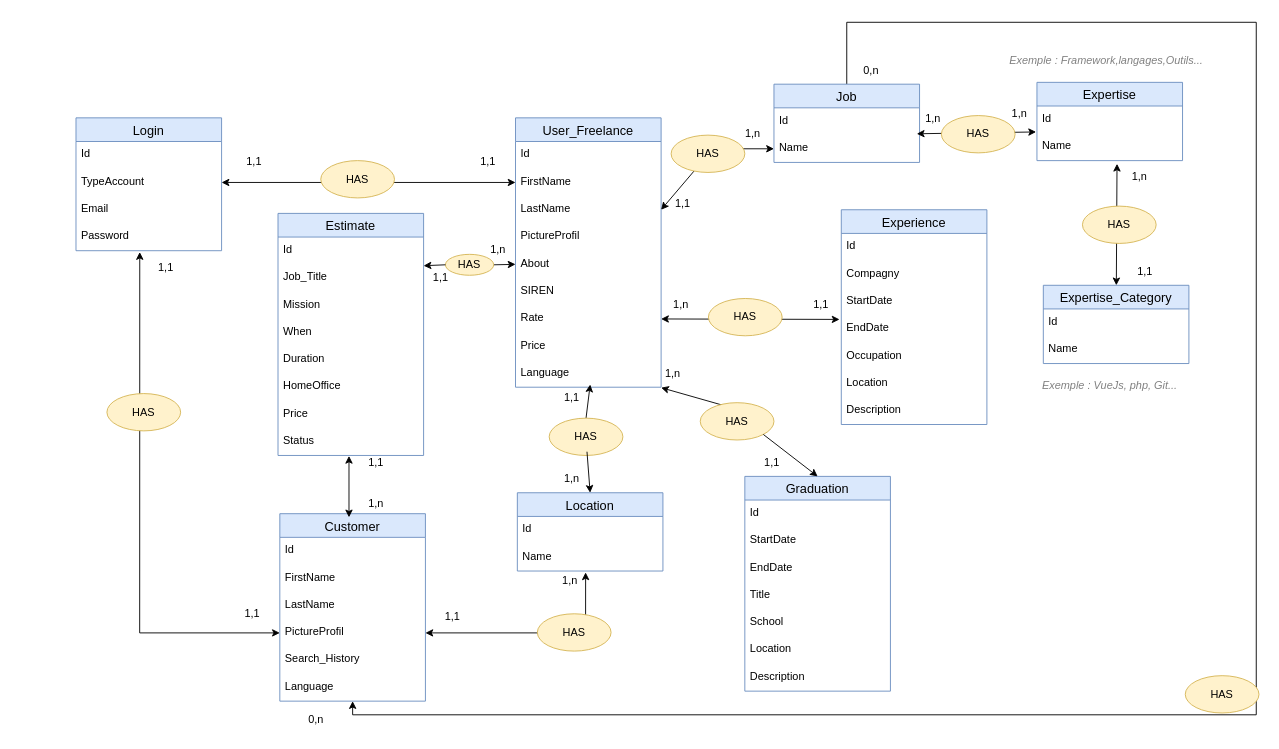
Before: page "MCD" (1 of 2) of Mcd_Mld.drawio in Nyaraa-2/take_off_bdd, a draw.io diagram. Source tidied: cells renumbered, new cells numbered last; positions are measured from the earlier drawing's top-left corner, leaving out a move shared by most shapes. Both pictures are drawn from the tidied source at 91%, with x=0, y=0 at pixel (76, 22).
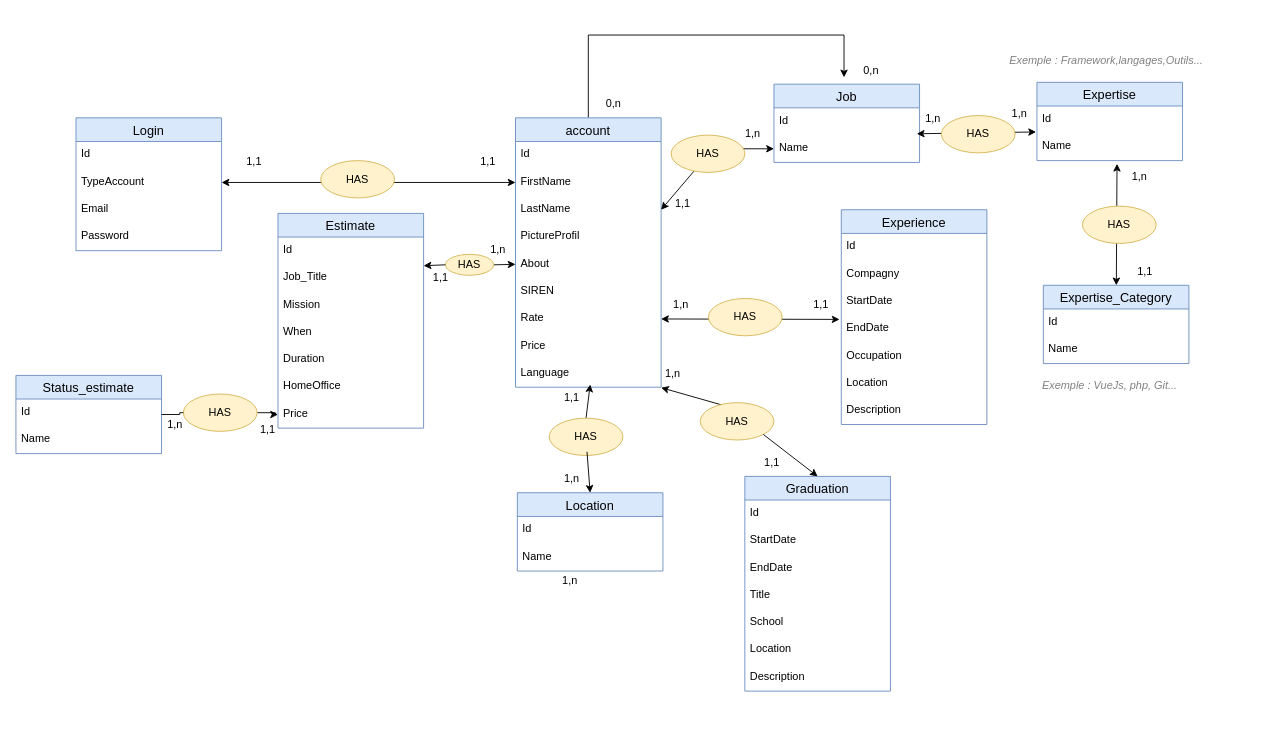
The same page after the edit.

Unchanged cells that the change refers to:
```xml
<mxCell id="4" value="Name" style="text;strokeColor=none;fillColor=none;spacingLeft=4;spacingRight=4;overflow=hidden;points=[[0,0.5],[1,0.5]];portConstraint=eastwest;fontSize=12;" parent="2" vertex="1">
  <mxGeometry y="56" width="160" height="30" as="geometry" />
</mxCell>
<mxCell id="6" value="Job" style="swimlane;fontStyle=0;horizontal=1;startSize=26;align=center;fontSize=14;fillColor=#dae8fc;strokeColor=#6c8ebf;" parent="1" vertex="1">
  <mxGeometry x="767" y="68" width="160" height="86" as="geometry" />
</mxCell>
<mxCell id="23" value="Password" style="text;strokeColor=none;fillColor=none;spacingLeft=4;spacingRight=4;overflow=hidden;points=[[0,0.5],[1,0.5]];portConstraint=eastwest;fontSize=12;" parent="19" vertex="1">
  <mxGeometry y="116" width="160" height="30" as="geometry" />
</mxCell>
<mxCell id="62" value="Price" style="text;strokeColor=none;fillColor=none;spacingLeft=4;spacingRight=4;overflow=hidden;points=[[0,0.5],[1,0.5]];portConstraint=eastwest;fontSize=12;" parent="55" vertex="1">
  <mxGeometry y="206" width="160" height="30" as="geometry" />
</mxCell>
```

The edit, as a diff of the source:
```diff
@@
-    <mxCell id="5" style="edgeStyle=orthogonalEdgeStyle;rounded=0;jettySize=auto;html=1;exitX=0.5;exitY=0;exitDx=0;exitDy=0;" parent="1" edge="1" source="6" target="38">
-      <mxGeometry relative="1" as="geometry">
-        <Array as="points">
-          <mxPoint x="847" />
-          <mxPoint x="1297" />
-          <mxPoint x="1297" y="761" />
-        </Array>
-      </mxGeometry>
-    </mxCell>
@@
+    <mxCell id="113" style="edgeStyle=orthogonalEdgeStyle;rounded=0;jettySize=auto;html=1;entryX=0;entryY=0.75;entryDx=0;entryDy=0;" parent="1" edge="1" source="9" target="112">
+      <mxGeometry relative="1" as="geometry">
+        <Array as="points">
+          <mxPoint x="563" y="14" />
+          <mxPoint x="844" y="14" />
+        </Array>
+      </mxGeometry>
+    </mxCell>
-    <mxCell id="9" value="User_Freelance" style="swimlane;fontStyle=0;horizontal=1;startSize=26;align=center;fontSize=14;fillColor=#dae8fc;strokeColor=#6c8ebf;" parent="1" vertex="1">
+    <mxCell id="9" value="account" style="swimlane;fontStyle=0;horizontal=1;startSize=26;align=center;fontSize=14;fillColor=#dae8fc;strokeColor=#6c8ebf;" parent="1" vertex="1">
       <mxGeometry x="483" y="105" width="160" height="296" as="geometry" />
     </mxCell>
@@
-    <mxCell id="32" value="Customer" style="swimlane;fontStyle=0;horizontal=1;startSize=26;align=center;fontSize=14;fillColor=#dae8fc;strokeColor=#6c8ebf;" parent="1" vertex="1">
-      <mxGeometry x="224" y="540" width="160" height="206" as="geometry" />
-    </mxCell>
-    <mxCell id="33" value="Id" style="text;strokeColor=none;fillColor=none;spacingLeft=4;spacingRight=4;overflow=hidden;fontSize=12;" parent="32" vertex="1">
-      <mxGeometry y="26" width="160" height="30" as="geometry" />
-    </mxCell>
-    <mxCell id="34" value="FirstName" style="text;strokeColor=none;fillColor=none;spacingLeft=4;spacingRight=4;overflow=hidden;fontSize=12;" parent="32" vertex="1">
-      <mxGeometry y="56" width="160" height="30" as="geometry" />
-    </mxCell>
-    <mxCell id="35" value="LastName" style="text;strokeColor=none;fillColor=none;spacingLeft=4;spacingRight=4;overflow=hidden;fontSize=12;" parent="32" vertex="1">
-      <mxGeometry y="86" width="160" height="30" as="geometry" />
-    </mxCell>
-    <mxCell id="36" value="PictureProfil" style="text;strokeColor=none;fillColor=none;spacingLeft=4;spacingRight=4;overflow=hidden;points=[[0,0.5],[1,0.5]];portConstraint=eastwest;fontSize=12;" parent="32" vertex="1">
-      <mxGeometry y="116" width="160" height="30" as="geometry" />
-    </mxCell>
-    <mxCell id="37" value="Search_History" style="text;strokeColor=none;fillColor=none;spacingLeft=4;spacingRight=4;overflow=hidden;fontSize=12;" parent="32" vertex="1">
-      <mxGeometry y="146" width="160" height="30" as="geometry" />
-    </mxCell>
-    <mxCell id="38" value="Language" style="text;strokeColor=none;fillColor=none;spacingLeft=4;spacingRight=4;overflow=hidden;points=[[0,0.5],[1,0.5]];portConstraint=eastwest;fontSize=12;" parent="32" vertex="1">
-      <mxGeometry y="176" width="160" height="30" as="geometry" />
-    </mxCell>
@@
     <mxCell id="55" value="Estimate" style="swimlane;fontStyle=0;horizontal=1;startSize=26;align=center;fontSize=14;fillColor=#dae8fc;strokeColor=#6c8ebf;" parent="1" vertex="1">
-      <mxGeometry x="222" y="210" width="160" height="266" as="geometry" />
+      <mxGeometry x="222" y="210" width="160" height="236" as="geometry" />
     </mxCell>
@@
-    <mxCell id="63" value="Status" style="text;strokeColor=none;fillColor=none;spacingLeft=4;spacingRight=4;overflow=hidden;fontSize=12;" parent="55" vertex="1">
-      <mxGeometry y="236" width="160" height="30" as="geometry" />
-    </mxCell>
@@
-    <mxCell id="65" style="endArrow=classic;startArrow=classic;html=1;rounded=0;fontColor=#808080;entryX=0.438;entryY=1.05;entryDx=0;entryDy=0;entryPerimeter=0;exitX=0;exitY=0.5;exitDx=0;exitDy=0;" parent="1" edge="1" source="36" target="23">
-      <mxGeometry relative="1" as="geometry">
-        <Array as="points">
-          <mxPoint x="70" y="671" />
-        </Array>
-      </mxGeometry>
-    </mxCell>
@@
-    <mxCell id="71" style="endArrow=classic;startArrow=classic;html=1;rounded=0;fontColor=#808080;exitX=1;exitY=0.5;exitDx=0;exitDy=0;entryX=0.469;entryY=1.05;entryDx=0;entryDy=0;entryPerimeter=0;" parent="1" edge="1" source="36" target="4">
-      <mxGeometry relative="1" as="geometry">
-        <Array as="points">
-          <mxPoint x="560" y="671" />
-        </Array>
-      </mxGeometry>
-    </mxCell>
@@
-    <mxCell id="74" value="1,1" style="text;html=1;strokeColor=none;fillColor=none;align=center;verticalAlign=middle;whiteSpace=wrap;rounded=0;fontColor=#000000;" parent="1" vertex="1">
-      <mxGeometry x="164" y="635" width="60" height="30" as="geometry" />
-    </mxCell>
-    <mxCell id="75" value="1,1" style="text;html=1;strokeColor=none;fillColor=none;align=center;verticalAlign=middle;whiteSpace=wrap;rounded=0;fontColor=#000000;" parent="1" vertex="1">
-      <mxGeometry x="69" y="255" width="60" height="30" as="geometry" />
-    </mxCell>
@@
-    <mxCell id="77" value="1,1" style="text;html=1;strokeColor=none;fillColor=none;align=center;verticalAlign=middle;whiteSpace=wrap;rounded=0;fontColor=#000000;" parent="1" vertex="1">
-      <mxGeometry x="300" y="469" width="60" height="30" as="geometry" />
-    </mxCell>
@@
-    <mxCell id="81" value="1,1" style="text;html=1;strokeColor=none;fillColor=none;align=center;verticalAlign=middle;whiteSpace=wrap;rounded=0;fontColor=#000000;" parent="1" vertex="1">
-      <mxGeometry x="384" y="638" width="60" height="30" as="geometry" />
-    </mxCell>
@@
-    <mxCell id="91" value="1,n" style="text;html=1;strokeColor=none;fillColor=none;align=center;verticalAlign=middle;whiteSpace=wrap;rounded=0;fontColor=#000000;" parent="1" vertex="1">
-      <mxGeometry x="300" y="514" width="60" height="30" as="geometry" />
-    </mxCell>
@@
-    <mxCell id="97" value="HAS" style="ellipse;whiteSpace=wrap;html=1;fillColor=#fff2cc;strokeColor=#d6b656;" parent="1" vertex="1">
-      <mxGeometry x="34" y="408" width="81" height="41" as="geometry" />
-    </mxCell>
@@
-    <mxCell id="108" style="endArrow=classic;startArrow=classic;html=1;rounded=0;exitX=0;exitY=1;exitDx=0;exitDy=0;entryX=0;entryY=0.25;entryDx=0;entryDy=0;" parent="1" edge="1" source="91" target="77">
-      <mxGeometry relative="1" as="geometry" />
-    </mxCell>
-    <mxCell id="109" value="HAS" style="ellipse;whiteSpace=wrap;html=1;fillColor=#fff2cc;strokeColor=#d6b656;" parent="1" vertex="1">
-      <mxGeometry x="507" y="650" width="81" height="41" as="geometry" />
-    </mxCell>
+    <mxCell id="112" value="0,n" style="text;html=1;strokeColor=none;fillColor=none;align=center;verticalAlign=middle;whiteSpace=wrap;rounded=0;fontColor=#000000;" parent="1" vertex="1">
+      <mxGeometry x="844" y="38" width="60" height="30" as="geometry" />
+    </mxCell>
     <mxCell id="110" value="0,n" style="text;html=1;strokeColor=none;fillColor=none;align=center;verticalAlign=middle;whiteSpace=wrap;rounded=0;fontColor=#000000;" parent="1" vertex="1">
-      <mxGeometry x="234" y="751" width="60" height="30" as="geometry" />
+      <mxGeometry x="561" y="75" width="60" height="30" as="geometry" />
     </mxCell>
-    <mxCell id="111" value="HAS" style="ellipse;whiteSpace=wrap;html=1;fillColor=#fff2cc;strokeColor=#d6b656;" parent="1" vertex="1">
-      <mxGeometry x="1219" y="718" width="81" height="41" as="geometry" />
-    </mxCell>
-    <mxCell id="112" value="0,n" style="text;html=1;strokeColor=none;fillColor=none;align=center;verticalAlign=middle;whiteSpace=wrap;rounded=0;fontColor=#000000;" parent="1" vertex="1">
-      <mxGeometry x="844" y="38" width="60" height="30" as="geometry" />
-    </mxCell>
+    <mxCell id="114" style="edgeStyle=orthogonalEdgeStyle;rounded=0;jettySize=auto;html=1;startArrow=none;" parent="1" edge="1" source="118" target="62">
+      <mxGeometry relative="1" as="geometry" />
+    </mxCell>
+    <mxCell id="115" value="Status_estimate" style="swimlane;fontStyle=0;horizontal=1;startSize=26;align=center;fontSize=14;fillColor=#dae8fc;strokeColor=#6c8ebf;" parent="1" vertex="1">
+      <mxGeometry x="-66" y="388" width="160" height="86" as="geometry" />
+    </mxCell>
+    <mxCell id="33" value="Id" style="text;strokeColor=none;fillColor=none;spacingLeft=4;spacingRight=4;overflow=hidden;fontSize=12;" parent="115" vertex="1">
+      <mxGeometry y="26" width="160" height="30" as="geometry" />
+    </mxCell>
+    <mxCell id="116" value="Name" style="text;strokeColor=none;fillColor=none;spacingLeft=4;spacingRight=4;overflow=hidden;fontSize=12;" parent="115" vertex="1">
+      <mxGeometry y="56" width="160" height="30" as="geometry" />
+    </mxCell>
+    <mxCell id="117" value="1,1" style="text;html=1;strokeColor=none;fillColor=none;align=center;verticalAlign=middle;whiteSpace=wrap;rounded=0;fontColor=#000000;" parent="1" vertex="1">
+      <mxGeometry x="181" y="433" width="60" height="30" as="geometry" />
+    </mxCell>
+    <mxCell id="91" value="1,n" style="text;html=1;strokeColor=none;fillColor=none;align=center;verticalAlign=middle;whiteSpace=wrap;rounded=0;fontColor=#000000;" parent="1" vertex="1">
+      <mxGeometry x="79" y="427" width="60" height="30" as="geometry" />
+    </mxCell>
+    <mxCell id="118" value="HAS" style="ellipse;whiteSpace=wrap;html=1;fillColor=#fff2cc;strokeColor=#d6b656;" parent="1" vertex="1">
+      <mxGeometry x="118" y="408.5" width="81" height="41" as="geometry" />
+    </mxCell>
+    <mxCell id="119" style="edgeStyle=orthogonalEdgeStyle;rounded=0;jettySize=auto;html=1;endArrow=none;" parent="1" edge="1" source="115" target="118">
+      <mxGeometry relative="1" as="geometry" />
+    </mxCell>
```
